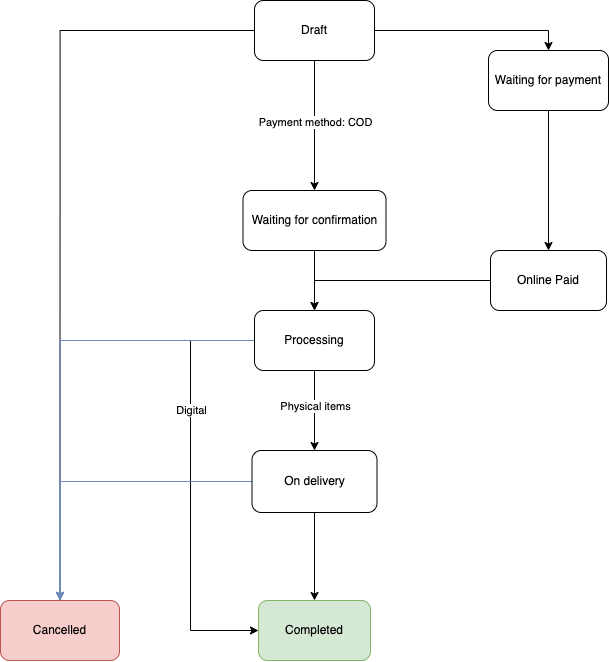
tikivn/tiki-miniapp-docs keeps this draw.io diagram as static/img/order-state-diagram-v2.png. Above is the earlier version. Source tidied: cells renumbered, new cells last; positions are measured from the earlier drawing's top-left corner, leaving out a move shared by most shapes. Source of this version:
```xml
<mxGraphModel>
  <root>
    <mxCell id="0" />
    <mxCell id="1" parent="0" />
    <mxCell id="2" style="edgeStyle=orthogonalEdgeStyle;rounded=0;jettySize=auto;html=1;entryX=0.5;entryY=0;entryDx=0;entryDy=0;" parent="1" edge="1" source="6" target="8">
      <mxGeometry relative="1" as="geometry" />
    </mxCell>
    <mxCell id="3" style="edgeStyle=orthogonalEdgeStyle;rounded=0;jettySize=auto;html=1;entryX=0.5;entryY=0;entryDx=0;entryDy=0;" parent="1" edge="1" source="6" target="12">
      <mxGeometry relative="1" as="geometry" />
    </mxCell>
    <mxCell id="4" value="Payment method: COD" style="edgeLabel;html=1;align=center;verticalAlign=middle;" parent="3" vertex="1">
      <mxGeometry x="-0.05" relative="1" as="geometry" />
    </mxCell>
    <mxCell id="5" style="edgeStyle=orthogonalEdgeStyle;rounded=0;jettySize=auto;html=1;entryX=0.5;entryY=0;entryDx=0;entryDy=0;endArrow=classic;endFill=1;" parent="1" edge="1" source="6" target="22">
      <mxGeometry relative="1" as="geometry" />
    </mxCell>
    <mxCell id="6" value="Draft" style="rounded=1;whiteSpace=wrap;html=1;" parent="1" vertex="1">
      <mxGeometry x="254" width="120" height="60" as="geometry" />
    </mxCell>
    <mxCell id="7" style="edgeStyle=orthogonalEdgeStyle;rounded=0;jettySize=auto;html=1;entryX=0.5;entryY=0;entryDx=0;entryDy=0;" parent="1" edge="1" source="8" target="10">
      <mxGeometry relative="1" as="geometry" />
    </mxCell>
    <mxCell id="8" value="Waiting for payment" style="rounded=1;whiteSpace=wrap;html=1;" parent="1" vertex="1">
      <mxGeometry x="488" y="50" width="120" height="60" as="geometry" />
    </mxCell>
    <mxCell id="9" style="edgeStyle=orthogonalEdgeStyle;rounded=0;jettySize=auto;html=1;endArrow=classic;endFill=1;entryX=0.5;entryY=0;entryDx=0;entryDy=0;" parent="1" edge="1" source="10" target="18">
      <mxGeometry relative="1" as="geometry" />
    </mxCell>
    <mxCell id="10" value="Online Paid" style="rounded=1;whiteSpace=wrap;html=1;" parent="1" vertex="1">
      <mxGeometry x="490" y="250" width="116" height="60" as="geometry" />
    </mxCell>
    <mxCell id="11" style="edgeStyle=orthogonalEdgeStyle;rounded=0;jettySize=auto;html=1;endArrow=classic;endFill=1;entryX=0.5;entryY=0;entryDx=0;entryDy=0;" parent="1" edge="1" source="12" target="18">
      <mxGeometry relative="1" as="geometry" />
    </mxCell>
    <mxCell id="12" value="Waiting for confirmation" style="rounded=1;whiteSpace=wrap;html=1;" parent="1" vertex="1">
      <mxGeometry x="242.5" y="190" width="143" height="60" as="geometry" />
    </mxCell>
    <mxCell id="13" style="edgeStyle=orthogonalEdgeStyle;rounded=0;jettySize=auto;html=1;entryX=0.5;entryY=0;entryDx=0;entryDy=0;" parent="1" edge="1" source="18" target="21">
      <mxGeometry relative="1" as="geometry" />
    </mxCell>
    <mxCell id="14" value="Physical items" style="edgeLabel;html=1;align=center;verticalAlign=middle;" parent="13" vertex="1">
      <mxGeometry x="-0.1" relative="1" as="geometry" />
    </mxCell>
    <mxCell id="15" style="edgeStyle=orthogonalEdgeStyle;rounded=0;jettySize=auto;html=1;entryX=0;entryY=0.5;entryDx=0;entryDy=0;exitX=0;exitY=0.5;exitDx=0;exitDy=0;" parent="1" edge="1" source="18" target="23">
      <mxGeometry relative="1" as="geometry">
        <Array as="points">
          <mxPoint x="190" y="340" />
          <mxPoint x="190" y="630" />
        </Array>
      </mxGeometry>
    </mxCell>
    <mxCell id="16" value="Digital" style="edgeLabel;html=1;align=center;verticalAlign=middle;" parent="15" vertex="1">
      <mxGeometry x="-0.45" y="-1" relative="1" as="geometry">
        <mxPoint x="1" y="18" as="offset" />
      </mxGeometry>
    </mxCell>
    <mxCell id="17" style="edgeStyle=orthogonalEdgeStyle;rounded=0;jettySize=auto;html=1;endArrow=classic;endFill=1;entryX=0.5;entryY=0;entryDx=0;entryDy=0;fillColor=#dae8fc;strokeColor=#6c8ebf;" parent="1" edge="1" source="18" target="22">
      <mxGeometry relative="1" as="geometry" />
    </mxCell>
    <mxCell id="18" value="Processing" style="rounded=1;whiteSpace=wrap;html=1;" parent="1" vertex="1">
      <mxGeometry x="254" y="310" width="120" height="60" as="geometry" />
    </mxCell>
    <mxCell id="19" style="edgeStyle=orthogonalEdgeStyle;rounded=0;jettySize=auto;html=1;" parent="1" edge="1" source="21" target="23">
      <mxGeometry relative="1" as="geometry" />
    </mxCell>
    <mxCell id="20" style="edgeStyle=orthogonalEdgeStyle;rounded=0;jettySize=auto;html=1;endArrow=classic;endFill=1;entryX=0.5;entryY=0;entryDx=0;entryDy=0;fillColor=#dae8fc;strokeColor=#6c8ebf;" parent="1" edge="1" source="21" target="22">
      <mxGeometry relative="1" as="geometry" />
    </mxCell>
    <mxCell id="21" value="On delivery" style="rounded=1;whiteSpace=wrap;html=1;" parent="1" vertex="1">
      <mxGeometry x="251.5" y="450" width="125" height="62" as="geometry" />
    </mxCell>
    <mxCell id="22" value="Cancelled" style="rounded=1;whiteSpace=wrap;html=1;fillColor=#f8cecc;strokeColor=#b85450;" parent="1" vertex="1">
      <mxGeometry y="600" width="119" height="60" as="geometry" />
    </mxCell>
    <mxCell id="23" value="Completed" style="rounded=1;whiteSpace=wrap;html=1;fillColor=#d5e8d4;strokeColor=#82b366;" parent="1" vertex="1">
      <mxGeometry x="258" y="600" width="112" height="60" as="geometry" />
    </mxCell>
  </root>
</mxGraphModel>
```
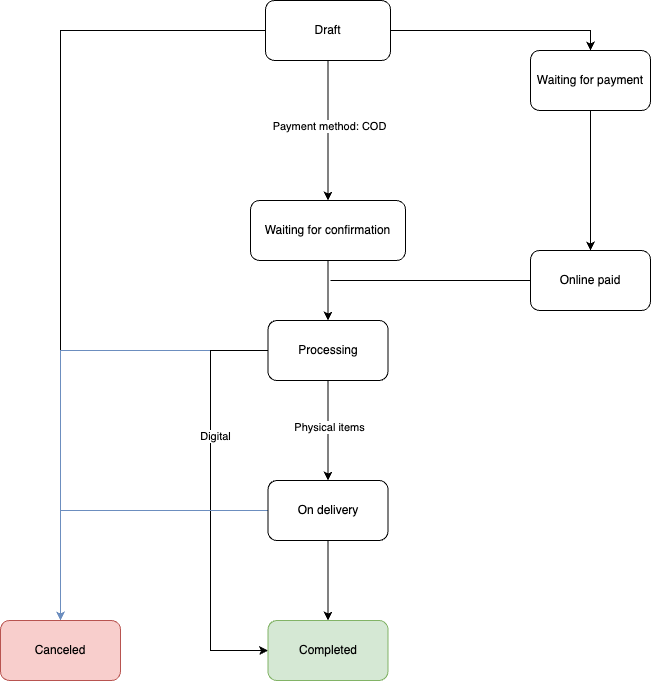
Later version of the same file.

Commit message:
feat: improve document IPN, replace UML image in auth code page, order state diagram in order status page (#156)

What changed in the source:
```diff
@@ -2,78 +2,81 @@
   <root>
     <mxCell id="0" />
     <mxCell id="1" parent="0" />
-    <mxCell id="2" style="edgeStyle=orthogonalEdgeStyle;rounded=0;jettySize=auto;html=1;entryX=0.5;entryY=0;entryDx=0;entryDy=0;" parent="1" edge="1" source="6" target="8">
-      <mxGeometry relative="1" as="geometry" />
-    </mxCell>
     <mxCell id="3" style="edgeStyle=orthogonalEdgeStyle;rounded=0;jettySize=auto;html=1;entryX=0.5;entryY=0;entryDx=0;entryDy=0;" parent="1" edge="1" source="6" target="12">
       <mxGeometry relative="1" as="geometry" />
     </mxCell>
     <mxCell id="4" value="Payment method: COD" style="edgeLabel;html=1;align=center;verticalAlign=middle;" parent="3" vertex="1">
-      <mxGeometry x="-0.05" relative="1" as="geometry" />
+      <mxGeometry x="-0.07" y="1" relative="1" as="geometry" />
     </mxCell>
-    <mxCell id="5" style="edgeStyle=orthogonalEdgeStyle;rounded=0;jettySize=auto;html=1;entryX=0.5;entryY=0;entryDx=0;entryDy=0;endArrow=classic;endFill=1;" parent="1" edge="1" source="6" target="22">
-      <mxGeometry relative="1" as="geometry" />
-    </mxCell>
+    <mxCell id="2" style="edgeStyle=orthogonalEdgeStyle;rounded=0;jettySize=auto;html=1;entryX=0.5;entryY=0;entryDx=0;entryDy=0;endArrow=classic;endFill=1;" parent="1" edge="1" source="6" target="8">
+      <mxGeometry relative="1" as="geometry" />
+    </mxCell>
+    <mxCell id="24" style="edgeStyle=orthogonalEdgeStyle;rounded=0;jettySize=auto;html=1;endArrow=classic;endFill=1;" parent="1" edge="1" source="6" target="27">
+      <mxGeometry relative="1" as="geometry" />
+    </mxCell>
     <mxCell id="6" value="Draft" style="rounded=1;whiteSpace=wrap;html=1;" parent="1" vertex="1">
-      <mxGeometry x="254" width="120" height="60" as="geometry" />
+      <mxGeometry x="325" y="40" width="125" height="60" as="geometry" />
     </mxCell>
-    <mxCell id="7" style="edgeStyle=orthogonalEdgeStyle;rounded=0;jettySize=auto;html=1;entryX=0.5;entryY=0;entryDx=0;entryDy=0;" parent="1" edge="1" source="8" target="10">
-      <mxGeometry relative="1" as="geometry" />
-    </mxCell>
-    <mxCell id="8" value="Waiting for payment" style="rounded=1;whiteSpace=wrap;html=1;" parent="1" vertex="1">
-      <mxGeometry x="488" y="50" width="120" height="60" as="geometry" />
-    </mxCell>
-    <mxCell id="9" style="edgeStyle=orthogonalEdgeStyle;rounded=0;jettySize=auto;html=1;endArrow=classic;endFill=1;entryX=0.5;entryY=0;entryDx=0;entryDy=0;" parent="1" edge="1" source="10" target="18">
-      <mxGeometry relative="1" as="geometry" />
-    </mxCell>
-    <mxCell id="10" value="Online Paid" style="rounded=1;whiteSpace=wrap;html=1;" parent="1" vertex="1">
-      <mxGeometry x="490" y="250" width="116" height="60" as="geometry" />
-    </mxCell>
-    <mxCell id="11" style="edgeStyle=orthogonalEdgeStyle;rounded=0;jettySize=auto;html=1;endArrow=classic;endFill=1;entryX=0.5;entryY=0;entryDx=0;entryDy=0;" parent="1" edge="1" source="12" target="18">
+    <mxCell id="11" style="edgeStyle=orthogonalEdgeStyle;rounded=0;jettySize=auto;html=1;entryX=0.5;entryY=0;entryDx=0;entryDy=0;" parent="1" edge="1" source="12" target="18">
       <mxGeometry relative="1" as="geometry" />
     </mxCell>
     <mxCell id="12" value="Waiting for confirmation" style="rounded=1;whiteSpace=wrap;html=1;" parent="1" vertex="1">
-      <mxGeometry x="242.5" y="190" width="143" height="60" as="geometry" />
+      <mxGeometry x="310" y="240" width="155" height="60" as="geometry" />
     </mxCell>
-    <mxCell id="13" style="edgeStyle=orthogonalEdgeStyle;rounded=0;jettySize=auto;html=1;entryX=0.5;entryY=0;entryDx=0;entryDy=0;" parent="1" edge="1" source="18" target="21">
+    <mxCell id="13" style="edgeStyle=orthogonalEdgeStyle;rounded=0;jettySize=auto;html=1;entryX=0.5;entryY=0;entryDx=0;entryDy=0;endArrow=classic;endFill=1;" parent="1" edge="1" source="18" target="21">
       <mxGeometry relative="1" as="geometry" />
     </mxCell>
     <mxCell id="14" value="Physical items" style="edgeLabel;html=1;align=center;verticalAlign=middle;" parent="13" vertex="1">
-      <mxGeometry x="-0.1" relative="1" as="geometry" />
+      <mxGeometry x="-0.07" y="1" relative="1" as="geometry" />
     </mxCell>
+    <mxCell id="25" style="edgeStyle=orthogonalEdgeStyle;rounded=0;jettySize=auto;html=1;entryX=0.5;entryY=0;entryDx=0;entryDy=0;endArrow=classic;endFill=1;fillColor=#dae8fc;strokeColor=#6c8ebf;" parent="1" edge="1" source="18" target="27">
+      <mxGeometry relative="1" as="geometry" />
+    </mxCell>
-    <mxCell id="15" style="edgeStyle=orthogonalEdgeStyle;rounded=0;jettySize=auto;html=1;entryX=0;entryY=0.5;entryDx=0;entryDy=0;exitX=0;exitY=0.5;exitDx=0;exitDy=0;" parent="1" edge="1" source="18" target="23">
+    <mxCell id="15" style="edgeStyle=orthogonalEdgeStyle;rounded=0;jettySize=auto;html=1;entryX=0;entryY=0.5;entryDx=0;entryDy=0;endArrow=classic;endFill=1;" parent="1" edge="1" source="18" target="23">
       <mxGeometry relative="1" as="geometry">
         <Array as="points">
-          <mxPoint x="190" y="340" />
-          <mxPoint x="190" y="630" />
+          <mxPoint x="270" y="390" />
+          <mxPoint x="270" y="690" />
         </Array>
       </mxGeometry>
     </mxCell>
     <mxCell id="16" value="Digital" style="edgeLabel;html=1;align=center;verticalAlign=middle;" parent="15" vertex="1">
-      <mxGeometry x="-0.45" y="-1" relative="1" as="geometry">
-        <mxPoint x="1" y="18" as="offset" />
+      <mxGeometry x="-0.25" y="4" relative="1" as="geometry">
+        <mxPoint y="-12" as="offset" />
       </mxGeometry>
     </mxCell>
-    <mxCell id="17" style="edgeStyle=orthogonalEdgeStyle;rounded=0;jettySize=auto;html=1;endArrow=classic;endFill=1;entryX=0.5;entryY=0;entryDx=0;entryDy=0;fillColor=#dae8fc;strokeColor=#6c8ebf;" parent="1" edge="1" source="18" target="22">
-      <mxGeometry relative="1" as="geometry" />
-    </mxCell>
     <mxCell id="18" value="Processing" style="rounded=1;whiteSpace=wrap;html=1;" parent="1" vertex="1">
-      <mxGeometry x="254" y="310" width="120" height="60" as="geometry" />
+      <mxGeometry x="327.5" y="360" width="120" height="60" as="geometry" />
     </mxCell>
-    <mxCell id="19" style="edgeStyle=orthogonalEdgeStyle;rounded=0;jettySize=auto;html=1;" parent="1" edge="1" source="21" target="23">
+    <mxCell id="19" style="edgeStyle=orthogonalEdgeStyle;rounded=0;jettySize=auto;html=1;entryX=0.5;entryY=0;entryDx=0;entryDy=0;endArrow=classic;endFill=1;" parent="1" edge="1" source="21" target="23">
       <mxGeometry relative="1" as="geometry" />
     </mxCell>
-    <mxCell id="20" style="edgeStyle=orthogonalEdgeStyle;rounded=0;jettySize=auto;html=1;endArrow=classic;endFill=1;entryX=0.5;entryY=0;entryDx=0;entryDy=0;fillColor=#dae8fc;strokeColor=#6c8ebf;" parent="1" edge="1" source="21" target="22">
-      <mxGeometry relative="1" as="geometry" />
-    </mxCell>
+    <mxCell id="26" style="edgeStyle=orthogonalEdgeStyle;rounded=0;jettySize=auto;html=1;entryX=0.5;entryY=0;entryDx=0;entryDy=0;endArrow=classic;endFill=1;fillColor=#dae8fc;strokeColor=#6c8ebf;" parent="1" edge="1" source="21" target="27">
+      <mxGeometry relative="1" as="geometry" />
+    </mxCell>
     <mxCell id="21" value="On delivery" style="rounded=1;whiteSpace=wrap;html=1;" parent="1" vertex="1">
-      <mxGeometry x="251.5" y="450" width="125" height="62" as="geometry" />
+      <mxGeometry x="327.5" y="520" width="120" height="60" as="geometry" />
     </mxCell>
-    <mxCell id="22" value="Cancelled" style="rounded=1;whiteSpace=wrap;html=1;fillColor=#f8cecc;strokeColor=#b85450;" parent="1" vertex="1">
-      <mxGeometry y="600" width="119" height="60" as="geometry" />
-    </mxCell>
     <mxCell id="23" value="Completed" style="rounded=1;whiteSpace=wrap;html=1;fillColor=#d5e8d4;strokeColor=#82b366;" parent="1" vertex="1">
-      <mxGeometry x="258" y="600" width="112" height="60" as="geometry" />
+      <mxGeometry x="327.5" y="660" width="120" height="60" as="geometry" />
     </mxCell>
+    <mxCell id="27" value="Canceled" style="rounded=1;whiteSpace=wrap;html=1;fillColor=#f8cecc;strokeColor=#b85450;" parent="1" vertex="1">
+      <mxGeometry x="60" y="660" width="120" height="60" as="geometry" />
+    </mxCell>
+    <mxCell id="28" style="edgeStyle=orthogonalEdgeStyle;rounded=0;orthogonalLoop=1;jettySize=auto;html=1;endArrow=none;endFill=0;" parent="1" edge="1">
+      <mxGeometry relative="1" as="geometry">
+        <mxPoint x="590" y="320" as="sourcePoint" />
+        <mxPoint x="390" y="320" as="targetPoint" />
+      </mxGeometry>
+    </mxCell>
+    <mxCell id="29" value="Online paid" style="rounded=1;whiteSpace=wrap;html=1;" parent="1" vertex="1">
+      <mxGeometry x="590" y="290" width="120" height="60" as="geometry" />
+    </mxCell>
+    <mxCell id="30" style="edgeStyle=orthogonalEdgeStyle;rounded=0;jettySize=auto;html=1;entryX=0.5;entryY=0;entryDx=0;entryDy=0;endArrow=classic;endFill=1;" parent="1" edge="1" source="8" target="29">
+      <mxGeometry relative="1" as="geometry" />
+    </mxCell>
+    <mxCell id="8" value="Waiting for payment" style="rounded=1;whiteSpace=wrap;html=1;" parent="1" vertex="1">
+      <mxGeometry x="590" y="90" width="120" height="60" as="geometry" />
+    </mxCell>
   </root>
 </mxGraphModel>
```
